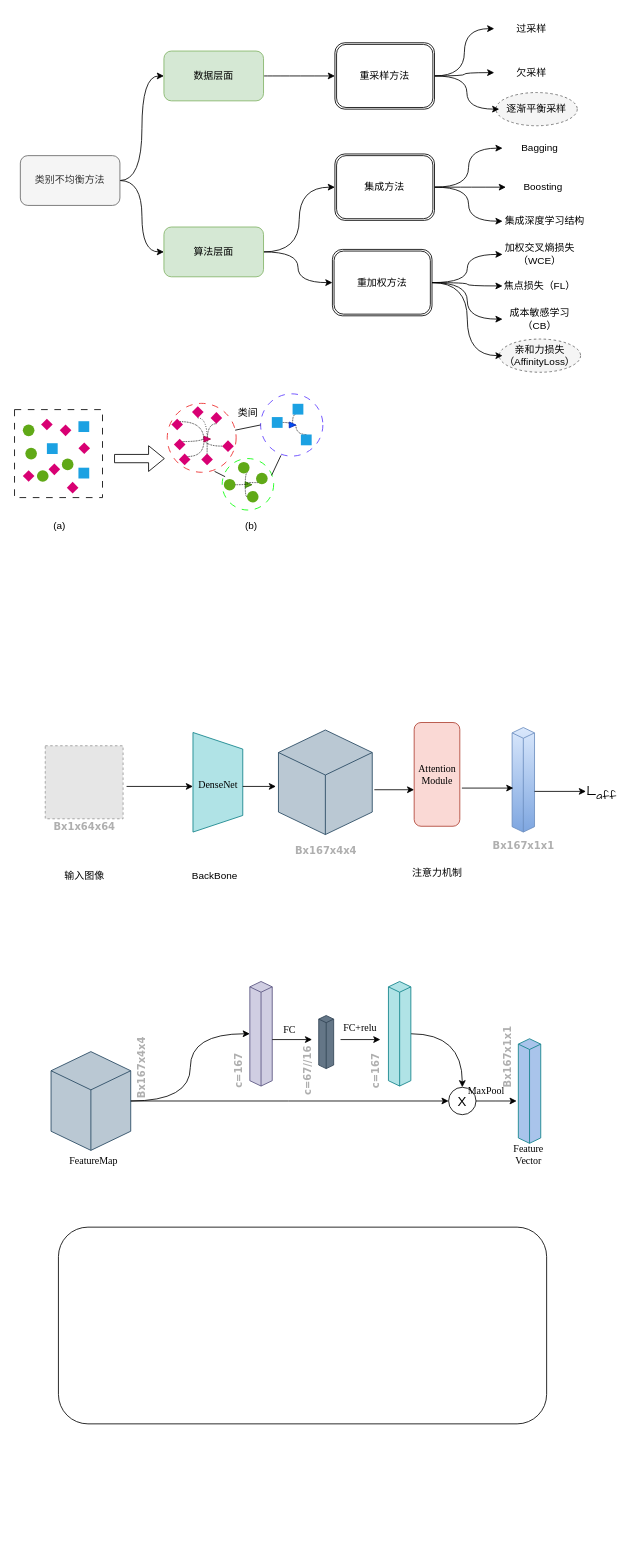
lcq666666/lcq666666.github.io keeps this draw.io diagram as 未命名绘图.drawio. Above is the earlier version. Source tidied: cells renumbered, new cells numbered last; positions are measured from the earlier drawing's top-left corner, leaving out a move shared by most shapes. Both pictures are drawn from the tidied source at 83%, with x=0, y=0 at pixel (14, 14). Pictures stored in the file or linked from it are replaced by grey dashed boxes.
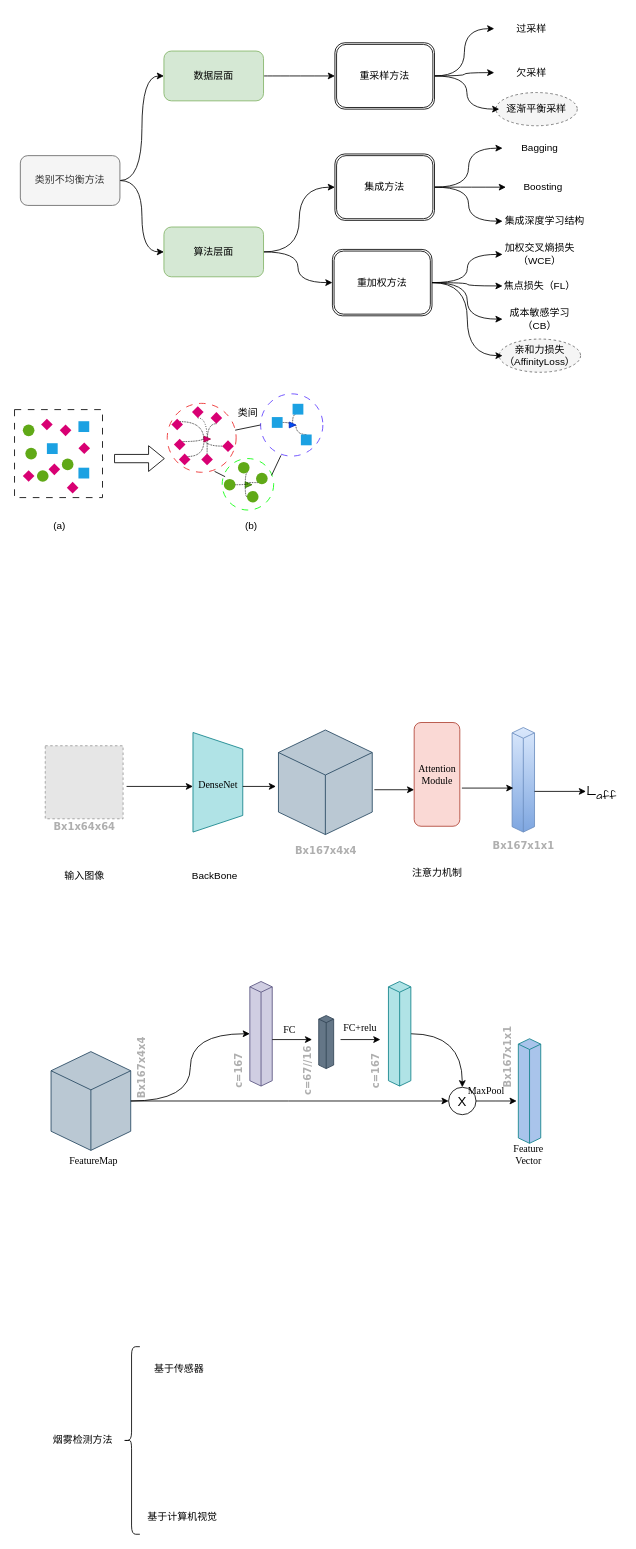
The same page after the edit.

Commit message (it also covers changes not shown here):
更新未命名绘图.drawio

What changed in the source:
```diff
@@
-    <mxCell id="112" style="rounded=1;whiteSpace=wrap;html=1;fillColor=none;" parent="1" vertex="1">
-      <mxGeometry x="52.9" y="1461" width="588.2" height="237" as="geometry" />
-    </mxCell>
@@
+    <mxCell id="135" value="烟雾检测方法" style="text;html=1;align=center;verticalAlign=middle;strokeColor=none;fillColor=none;" parent="1" vertex="1">
+      <mxGeometry x="37" y="1705" width="90" height="26" as="geometry" />
+    </mxCell>
+    <mxCell id="136" style="shape=curlyBracket;whiteSpace=wrap;html=1;rounded=1;labelPosition=left;verticalLabelPosition=middle;align=right;verticalAlign=middle;" parent="1" vertex="1">
+      <mxGeometry x="131" y="1605" width="20" height="226" as="geometry" />
+    </mxCell>
+    <mxCell id="137" value="基于传感器" style="text;html=1;align=center;verticalAlign=middle;strokeColor=none;fillColor=none;" parent="1" vertex="1">
+      <mxGeometry x="159" y="1619" width="78" height="26" as="geometry" />
+    </mxCell>
+    <mxCell id="138" value="基于计算机视觉" style="text;html=1;align=center;verticalAlign=middle;strokeColor=none;fillColor=none;" parent="1" vertex="1">
+      <mxGeometry x="151" y="1797" width="102" height="26" as="geometry" />
+    </mxCell>
```
